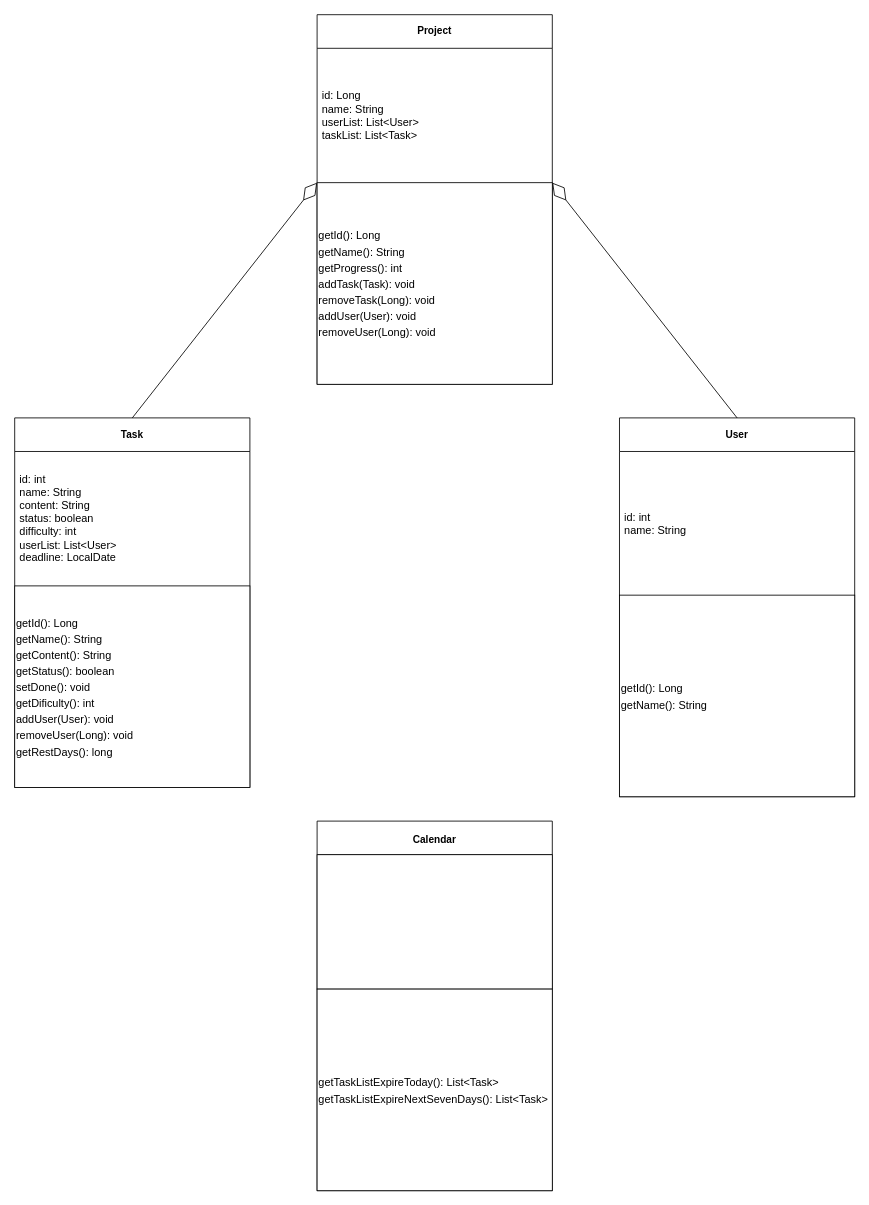
This is uml.drawio from SibGuys/ood, a draw.io file, before an edit. Source tidied: cells renumbered, new cells numbered last; positions are measured from the earlier drawing's top-left corner, leaving out a move shared by most shapes. Both pictures are drawn from the tidied source at 84%, with x=0, y=0 at pixel (14, 14).
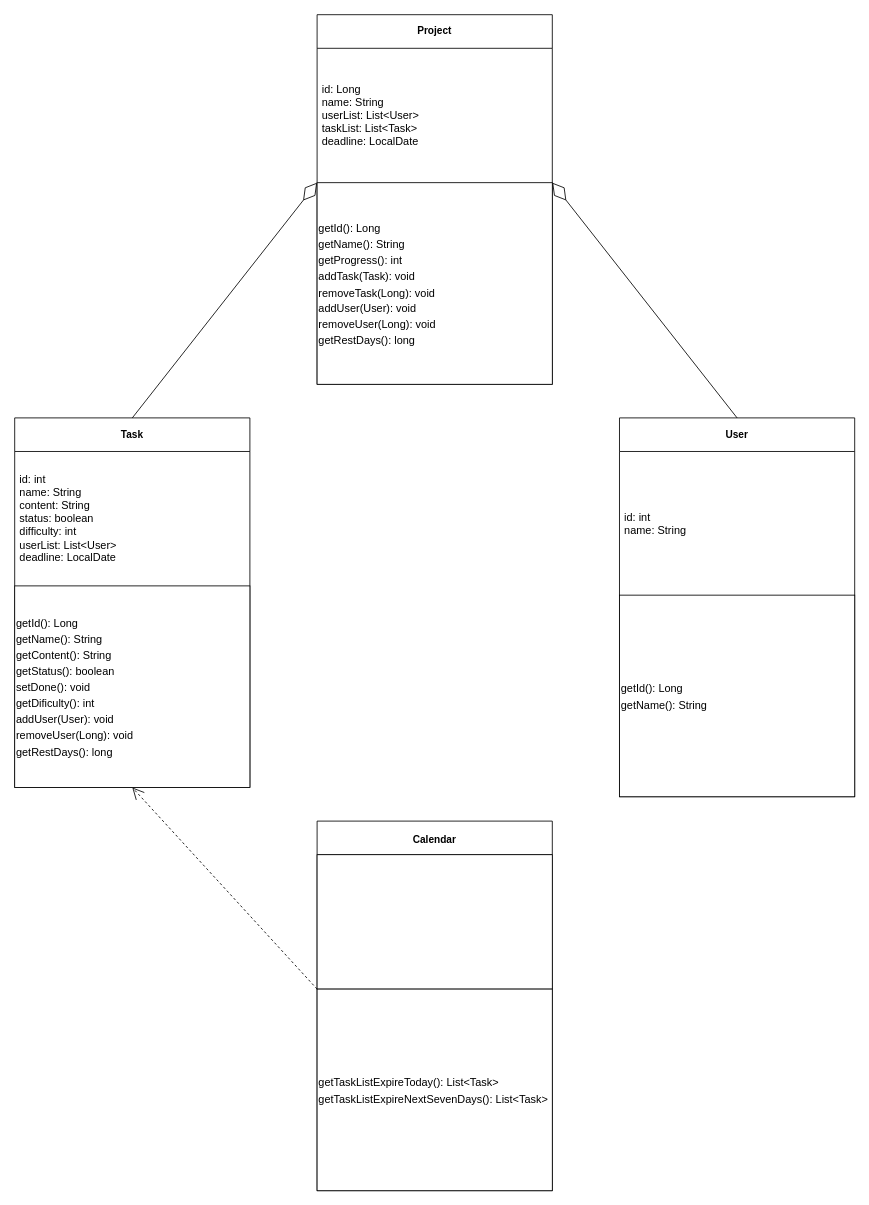
After the change.

Change to the diagram source:
```diff
@@
 <mxGraphModel>
   <root>
     <mxCell id="0" />
     <mxCell id="1" parent="0" />
     <mxCell id="2" value="Task" style="swimlane;fontStyle=1;align=center;verticalAlign=middle;horizontal=1;startSize=40;html=1;whiteSpace=wrap;" parent="1" vertex="1">
       <mxGeometry y="480" width="280" height="440" as="geometry" />
     </mxCell>
     <mxCell id="3" value="&lt;font style=&quot;font-size: 13px;&quot;&gt;id: int&lt;br&gt;name: String&lt;br&gt;content: String&lt;br&gt;status: boolean&lt;br&gt;difficulty: int&lt;br&gt;userList: List&amp;lt;User&amp;gt;&lt;br&gt;deadline: LocalDate&lt;/font&gt;" style="text;html=1;strokeColor=none;fillColor=none;align=left;verticalAlign=middle;spacingLeft=4;spacingRight=4;overflow=hidden;whiteSpace=wrap;" parent="2" vertex="1">
       <mxGeometry y="40" width="280" height="160" as="geometry" />
     </mxCell>
     <mxCell id="4" value="&lt;font style=&quot;font-size: 13px;&quot;&gt;getId(): Long&lt;br&gt;getName(): String&lt;br&gt;getContent(): String&lt;br&gt;getStatus(): boolean&lt;br&gt;setDone(): void&lt;br&gt;getDificulty(): int&lt;br&gt;addUser(User): void&lt;br&gt;removeUser(Long): void&lt;br&gt;getRestDays(): long&lt;br&gt;&lt;/font&gt;" style="rounded=0;whiteSpace=wrap;html=1;fontSize=16;align=left;" parent="2" vertex="1">
       <mxGeometry y="200" width="280" height="240" as="geometry" />
     </mxCell>
     <mxCell id="5" value="Project" style="swimlane;fontStyle=1;align=center;verticalAlign=middle;horizontal=1;startSize=40;html=1;whiteSpace=wrap;" parent="1" vertex="1">
       <mxGeometry x="360" width="280" height="440" as="geometry" />
     </mxCell>
-    <mxCell id="6" value="&lt;font style=&quot;font-size: 13px;&quot;&gt;id: Long&lt;br&gt;name: String&lt;br&gt;userList: List&amp;lt;User&amp;gt;&lt;br&gt;taskList: List&amp;lt;Task&amp;gt;&lt;/font&gt;" style="text;html=1;strokeColor=none;fillColor=none;align=left;verticalAlign=middle;spacingLeft=4;spacingRight=4;overflow=hidden;whiteSpace=wrap;" parent="5" vertex="1">
+    <mxCell id="6" value="&lt;font style=&quot;font-size: 13px;&quot;&gt;id: Long&lt;br&gt;name: String&lt;br&gt;userList: List&amp;lt;User&amp;gt;&lt;br&gt;taskList: List&amp;lt;Task&amp;gt;&lt;br&gt;deadline: LocalDate&lt;br&gt;&lt;/font&gt;" style="text;html=1;strokeColor=none;fillColor=none;align=left;verticalAlign=middle;spacingLeft=4;spacingRight=4;overflow=hidden;whiteSpace=wrap;" parent="5" vertex="1">
       <mxGeometry y="40" width="280" height="160" as="geometry" />
     </mxCell>
-    <mxCell id="7" value="&lt;font style=&quot;font-size: 13px;&quot;&gt;getId(): Long&lt;br&gt;getName(): String&lt;br&gt;getProgress(): int&lt;br&gt;addTask(Task): void&lt;br&gt;removeTask(Long): void&lt;br&gt;addUser(User): void&lt;br&gt;removeUser(Long): void&lt;br&gt;&lt;/font&gt;" style="rounded=0;whiteSpace=wrap;html=1;fontSize=16;align=left;" parent="5" vertex="1">
+    <mxCell id="7" value="&lt;font style=&quot;font-size: 13px;&quot;&gt;getId(): Long&lt;br&gt;getName(): String&lt;br&gt;getProgress(): int&lt;br&gt;addTask(Task): void&lt;br&gt;removeTask(Long): void&lt;br&gt;addUser(User): void&lt;br&gt;removeUser(Long): void&lt;br&gt;getRestDays(): long&lt;br&gt;&lt;/font&gt;" style="rounded=0;whiteSpace=wrap;html=1;fontSize=16;align=left;" parent="5" vertex="1">
       <mxGeometry y="200" width="280" height="240" as="geometry" />
     </mxCell>
     <mxCell id="8" value="User" style="swimlane;fontStyle=1;align=center;verticalAlign=middle;horizontal=1;startSize=40;html=1;whiteSpace=wrap;" parent="1" vertex="1">
       <mxGeometry x="720" y="480" width="280" height="451" as="geometry" />
     </mxCell>
     <mxCell id="9" value="&lt;font style=&quot;font-size: 13px;&quot;&gt;id: int&lt;br style=&quot;border-color: var(--border-color);&quot;&gt;name: String&lt;br&gt;&lt;/font&gt;" style="text;html=1;strokeColor=none;fillColor=none;align=left;verticalAlign=middle;spacingLeft=4;spacingRight=4;overflow=hidden;whiteSpace=wrap;" parent="8" vertex="1">
       <mxGeometry y="40" width="280" height="171" as="geometry" />
     </mxCell>
     <mxCell id="10" value="&lt;font style=&quot;font-size: 13px;&quot;&gt;getId(): Long&lt;br&gt;getName(): String&lt;br&gt;&lt;/font&gt;" style="rounded=0;whiteSpace=wrap;html=1;fontSize=16;align=left;" parent="8" vertex="1">
       <mxGeometry y="211" width="280" height="240" as="geometry" />
     </mxCell>
     <mxCell id="11" value="&lt;font style=&quot;font-size: 12px;&quot;&gt;Calendar&lt;/font&gt;" style="swimlane;fontStyle=1;align=center;verticalAlign=middle;horizontal=1;startSize=40;html=1;whiteSpace=wrap;fontSize=16;" parent="1" vertex="1">
       <mxGeometry x="360" y="960" width="280" height="440" as="geometry" />
     </mxCell>
     <mxCell id="12" style="rounded=0;whiteSpace=wrap;html=1;fontSize=16;align=left;" parent="11" vertex="1">
       <mxGeometry y="40" width="280" height="160" as="geometry" />
     </mxCell>
     <mxCell id="13" value="&lt;font style=&quot;font-size: 13px;&quot;&gt;getTaskListExpireToday(): List&amp;lt;Task&amp;gt;&lt;br style=&quot;border-color: var(--border-color);&quot;&gt;&lt;span style=&quot;&quot;&gt;getTaskListExpireNextSevenDays(): List&amp;lt;Task&amp;gt;&lt;/span&gt;&lt;/font&gt;" style="rounded=0;whiteSpace=wrap;html=1;fontSize=16;align=left;" parent="11" vertex="1">
       <mxGeometry y="200" width="280" height="240" as="geometry" />
     </mxCell>
     <mxCell id="14" style="endArrow=diamondThin;endFill=0;endSize=24;html=1;rounded=0;exitX=0.5;exitY=0;exitDx=0;exitDy=0;entryX=0;entryY=0;entryDx=0;entryDy=0;" parent="1" edge="1" source="2" target="7">
       <mxGeometry relative="1" as="geometry" />
     </mxCell>
     <mxCell id="15" style="endArrow=diamondThin;endFill=0;endSize=24;html=1;rounded=0;exitX=0.5;exitY=0;exitDx=0;exitDy=0;entryX=1;entryY=0;entryDx=0;entryDy=0;" parent="1" edge="1" source="8" target="7">
       <mxGeometry relative="1" as="geometry" />
     </mxCell>
+    <mxCell id="16" style="endArrow=open;endSize=12;dashed=1;html=1;rounded=0;exitX=0;exitY=0;exitDx=0;exitDy=0;entryX=0.5;entryY=1;entryDx=0;entryDy=0;" parent="1" edge="1" source="13" target="2">
+      <mxGeometry relative="1" as="geometry" />
+    </mxCell>
   </root>
 </mxGraphModel>
```
